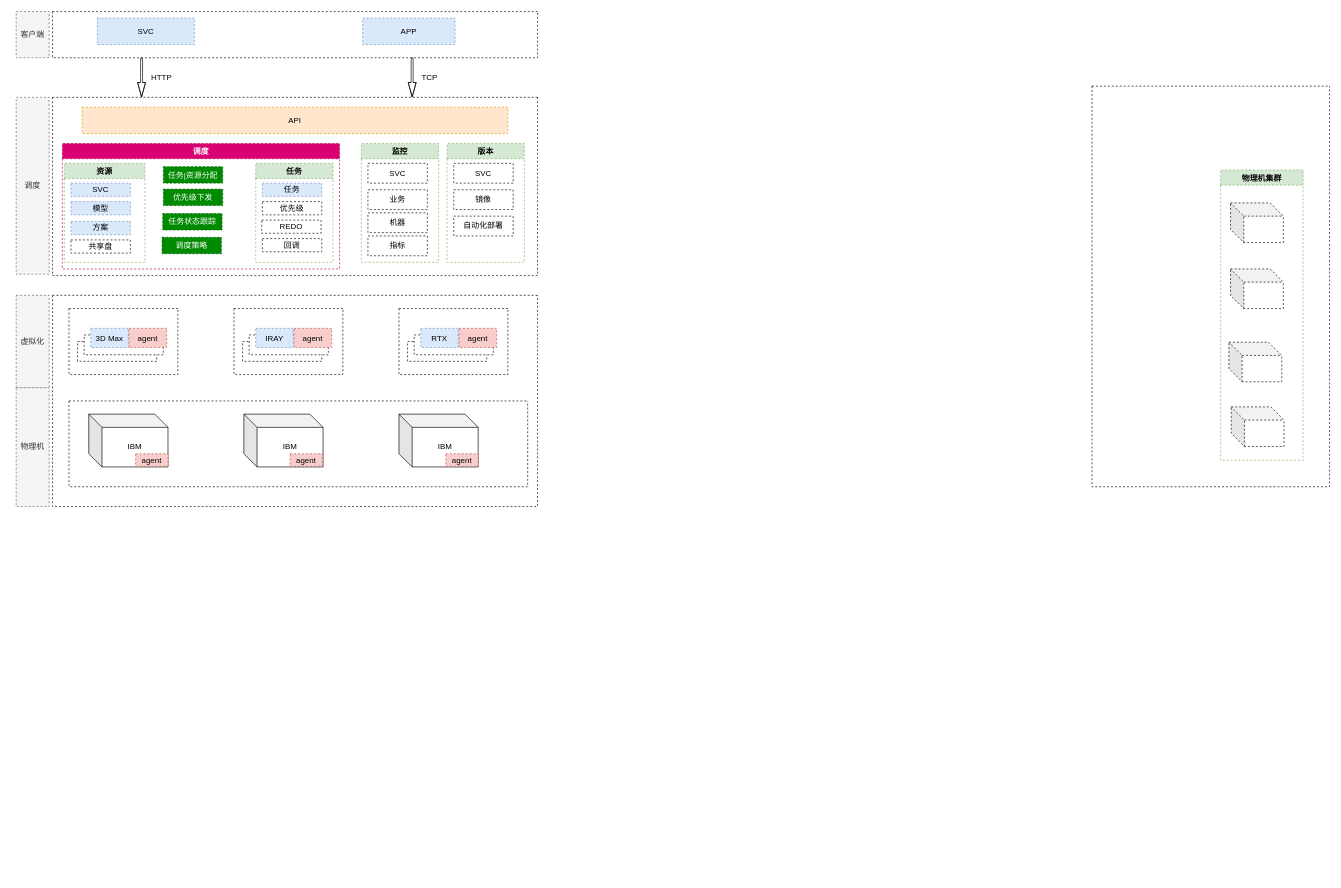
The draw.io diagram shein/实时离线一体架构.drawio in Msimplehub/abbysun, before the edit. Source tidied: cells renumbered, new cells numbered last; positions are measured from the earlier drawing's top-left corner, leaving out a move shared by most shapes. Both pictures are drawn from the tidied source at 66%, with x=0, y=0 at pixel (16, 11). Pictures stored in the file or linked from it are replaced by grey dashed boxes.
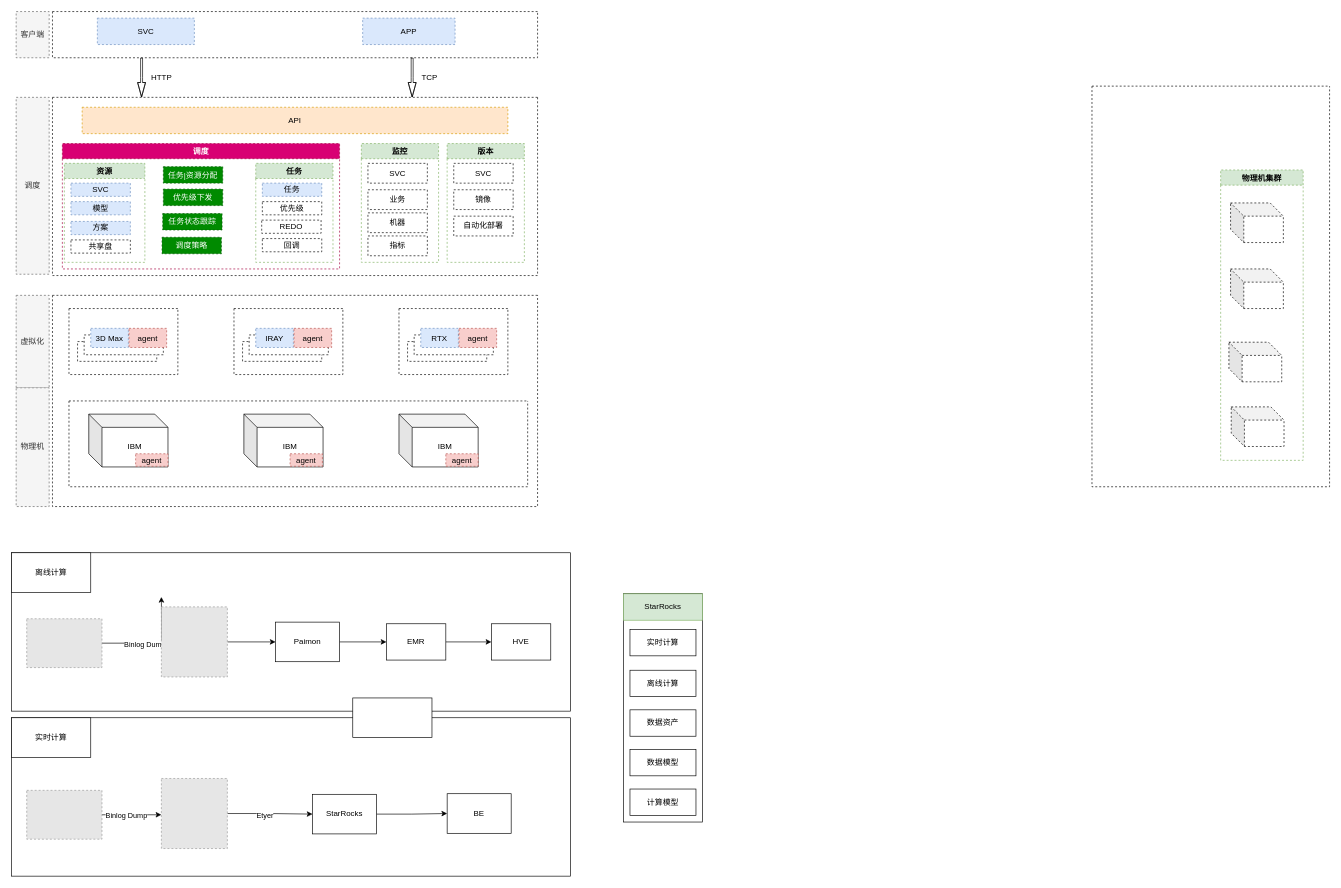
After the change.

Commit message (it also covers changes not shown here):
更新实时离线一体架构.drawio

The edit, as a diff of the source:
```diff
@@
+    <mxCell id="68" style="rounded=0;whiteSpace=wrap;html=1;" parent="1" vertex="1">
+      <mxGeometry x="-7" y="1070" width="847" height="240" as="geometry" />
+    </mxCell>
+    <mxCell id="69" style="rounded=0;whiteSpace=wrap;html=1;" parent="1" vertex="1">
+      <mxGeometry x="-7" y="820" width="847" height="240" as="geometry" />
+    </mxCell>
@@
+    <mxCell id="70" style="edgeStyle=orthogonalEdgeStyle;rounded=0;jettySize=auto;html=1;exitX=1;exitY=0.5;exitDx=0;exitDy=0;" parent="1" edge="1" source="72">
+      <mxGeometry relative="1" as="geometry">
+        <mxPoint x="220" y="887" as="targetPoint" />
+      </mxGeometry>
+    </mxCell>
+    <mxCell id="71" value="Binlog Dump" style="edgeLabel;html=1;align=center;verticalAlign=middle;" parent="70" vertex="1">
+      <mxGeometry x="-0.2" y="-1" relative="1" as="geometry" />
+    </mxCell>
+    <mxCell id="72" style="fillColor=#E6E6E6;strokeColor=#999999;dashed=1;verticalLabelPosition=bottom;labelBackgroundColor=default;verticalAlign=top;" parent="1" vertex="1">
+      <mxGeometry x="16" y="920" width="114" height="74" as="geometry" />
+    </mxCell>
+    <mxCell id="73" style="edgeStyle=orthogonalEdgeStyle;rounded=0;jettySize=auto;html=1;exitX=1;exitY=0.5;exitDx=0;exitDy=0;entryX=0;entryY=0.5;entryDx=0;entryDy=0;" parent="1" edge="1" source="74" target="76">
+      <mxGeometry relative="1" as="geometry" />
+    </mxCell>
+    <mxCell id="74" style="fillColor=#E6E6E6;strokeColor=#999999;dashed=1;verticalLabelPosition=bottom;labelBackgroundColor=default;verticalAlign=top;" parent="1" vertex="1">
+      <mxGeometry x="220" y="902" width="100" height="106.2" as="geometry" />
+    </mxCell>
+    <mxCell id="75" style="edgeStyle=orthogonalEdgeStyle;rounded=0;jettySize=auto;html=1;exitX=1;exitY=0.5;exitDx=0;exitDy=0;entryX=0;entryY=0.5;entryDx=0;entryDy=0;" parent="1" edge="1" source="76" target="78">
+      <mxGeometry relative="1" as="geometry" />
+    </mxCell>
+    <mxCell id="76" value="Paimon" style="rounded=0;whiteSpace=wrap;html=1;" parent="1" vertex="1">
+      <mxGeometry x="393" y="925.1" width="97" height="60" as="geometry" />
+    </mxCell>
+    <mxCell id="77" style="edgeStyle=orthogonalEdgeStyle;rounded=0;jettySize=auto;html=1;exitX=1;exitY=0.5;exitDx=0;exitDy=0;" parent="1" edge="1" source="78" target="79">
+      <mxGeometry relative="1" as="geometry" />
+    </mxCell>
+    <mxCell id="78" value="EMR" style="rounded=0;whiteSpace=wrap;html=1;" parent="1" vertex="1">
+      <mxGeometry x="561" y="927.6" width="90" height="55" as="geometry" />
+    </mxCell>
+    <mxCell id="79" value="HVE" style="rounded=0;whiteSpace=wrap;html=1;" parent="1" vertex="1">
+      <mxGeometry x="720" y="927.6" width="90" height="55" as="geometry" />
+    </mxCell>
+    <mxCell id="80" style="edgeStyle=orthogonalEdgeStyle;rounded=0;jettySize=auto;html=1;exitX=1;exitY=0.5;exitDx=0;exitDy=0;" parent="1" edge="1" source="82">
+      <mxGeometry relative="1" as="geometry">
+        <mxPoint x="220" y="1217" as="targetPoint" />
+      </mxGeometry>
+    </mxCell>
+    <mxCell id="81" value="Binlog Dump" style="edgeLabel;html=1;align=center;verticalAlign=middle;" parent="80" vertex="1">
+      <mxGeometry x="-0.2" y="-1" relative="1" as="geometry" />
+    </mxCell>
+    <mxCell id="82" style="fillColor=#E6E6E6;strokeColor=#999999;dashed=1;verticalLabelPosition=bottom;labelBackgroundColor=default;verticalAlign=top;" parent="1" vertex="1">
+      <mxGeometry x="16" y="1180" width="114" height="74" as="geometry" />
+    </mxCell>
+    <mxCell id="83" style="edgeStyle=orthogonalEdgeStyle;rounded=0;jettySize=auto;html=1;exitX=1;exitY=0.5;exitDx=0;exitDy=0;entryX=0;entryY=0.5;entryDx=0;entryDy=0;" parent="1" edge="1" source="85" target="87">
+      <mxGeometry relative="1" as="geometry" />
+    </mxCell>
+    <mxCell id="84" value="Etyer" style="edgeLabel;html=1;align=center;verticalAlign=middle;" parent="83" vertex="1">
+      <mxGeometry x="-0.12" y="-2" relative="1" as="geometry">
+        <mxPoint x="-1" as="offset" />
+      </mxGeometry>
+    </mxCell>
+    <mxCell id="85" style="fillColor=#E6E6E6;strokeColor=#999999;dashed=1;verticalLabelPosition=bottom;labelBackgroundColor=default;verticalAlign=top;" parent="1" vertex="1">
+      <mxGeometry x="220" y="1162" width="100" height="106.2" as="geometry" />
+    </mxCell>
+    <mxCell id="86" style="edgeStyle=orthogonalEdgeStyle;rounded=0;jettySize=auto;html=1;exitX=1;exitY=0.5;exitDx=0;exitDy=0;entryX=0;entryY=0.5;entryDx=0;entryDy=0;" parent="1" edge="1" source="87" target="88">
+      <mxGeometry relative="1" as="geometry" />
+    </mxCell>
+    <mxCell id="87" value="StarRocks" style="rounded=0;whiteSpace=wrap;html=1;" parent="1" vertex="1">
+      <mxGeometry x="449" y="1186" width="97" height="60" as="geometry" />
+    </mxCell>
+    <mxCell id="88" value="BE" style="rounded=0;whiteSpace=wrap;html=1;" parent="1" vertex="1">
+      <mxGeometry x="653" y="1185.1" width="97" height="60" as="geometry" />
+    </mxCell>
+    <mxCell id="89" style="rounded=0;whiteSpace=wrap;html=1;" parent="1" vertex="1">
+      <mxGeometry x="920" y="882" width="120" height="346" as="geometry" />
+    </mxCell>
+    <mxCell id="90" value="实时计算" style="rounded=0;whiteSpace=wrap;html=1;" parent="1" vertex="1">
+      <mxGeometry x="930" y="936.2" width="100" height="40" as="geometry" />
+    </mxCell>
+    <mxCell id="91" value="离线计算" style="rounded=0;whiteSpace=wrap;html=1;" parent="1" vertex="1">
+      <mxGeometry x="930" y="998" width="100" height="40" as="geometry" />
+    </mxCell>
+    <mxCell id="92" value="数据资产" style="rounded=0;whiteSpace=wrap;html=1;" parent="1" vertex="1">
+      <mxGeometry x="930" y="1058" width="100" height="40" as="geometry" />
+    </mxCell>
+    <mxCell id="93" value="数据模型" style="rounded=0;whiteSpace=wrap;html=1;" parent="1" vertex="1">
+      <mxGeometry x="930" y="1118" width="100" height="40" as="geometry" />
+    </mxCell>
+    <mxCell id="94" value="计算模型" style="rounded=0;whiteSpace=wrap;html=1;" parent="1" vertex="1">
+      <mxGeometry x="930" y="1178" width="100" height="40" as="geometry" />
+    </mxCell>
+    <mxCell id="95" value="StarRocks" style="rounded=0;whiteSpace=wrap;html=1;fillColor=#d5e8d4;strokeColor=#82b366;" parent="1" vertex="1">
+      <mxGeometry x="920" y="882.2" width="120" height="40" as="geometry" />
+    </mxCell>
+    <mxCell id="96" style="rounded=0;whiteSpace=wrap;html=1;" parent="1" vertex="1">
+      <mxGeometry x="510" y="1040" width="120" height="60" as="geometry" />
+    </mxCell>
+    <mxCell id="97" value="离线计算" style="rounded=0;whiteSpace=wrap;html=1;" parent="1" vertex="1">
+      <mxGeometry x="-7" y="820" width="120" height="60" as="geometry" />
+    </mxCell>
+    <mxCell id="98" value="实时计算" style="rounded=0;whiteSpace=wrap;html=1;" parent="1" vertex="1">
+      <mxGeometry x="-7" y="1070" width="120" height="60" as="geometry" />
+    </mxCell>
```
